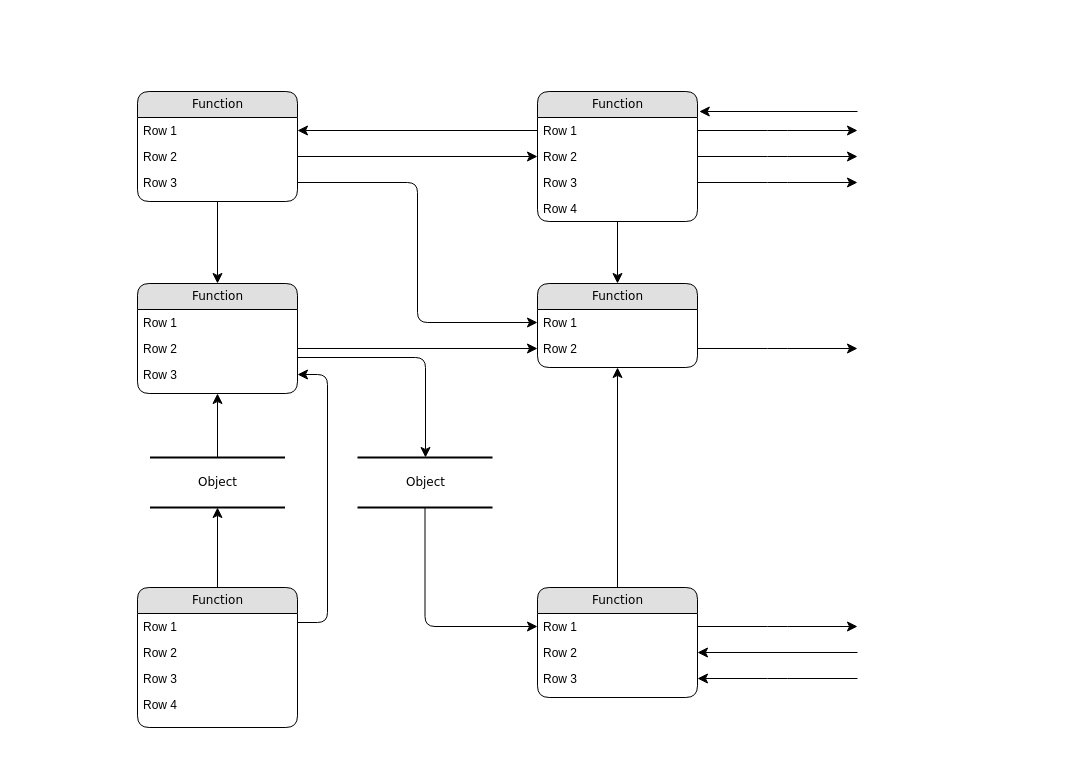
The draw.io diagram 未命名绘图.drawio in Elaina-rascal/drawing, before the edit. Source tidied: cells renumbered, new cells numbered last; positions are measured from the earlier drawing's top-left corner, leaving out a move shared by most shapes. Both pictures are drawn from the tidied source at 100%, with x=0, y=0 at pixel (137, 91).
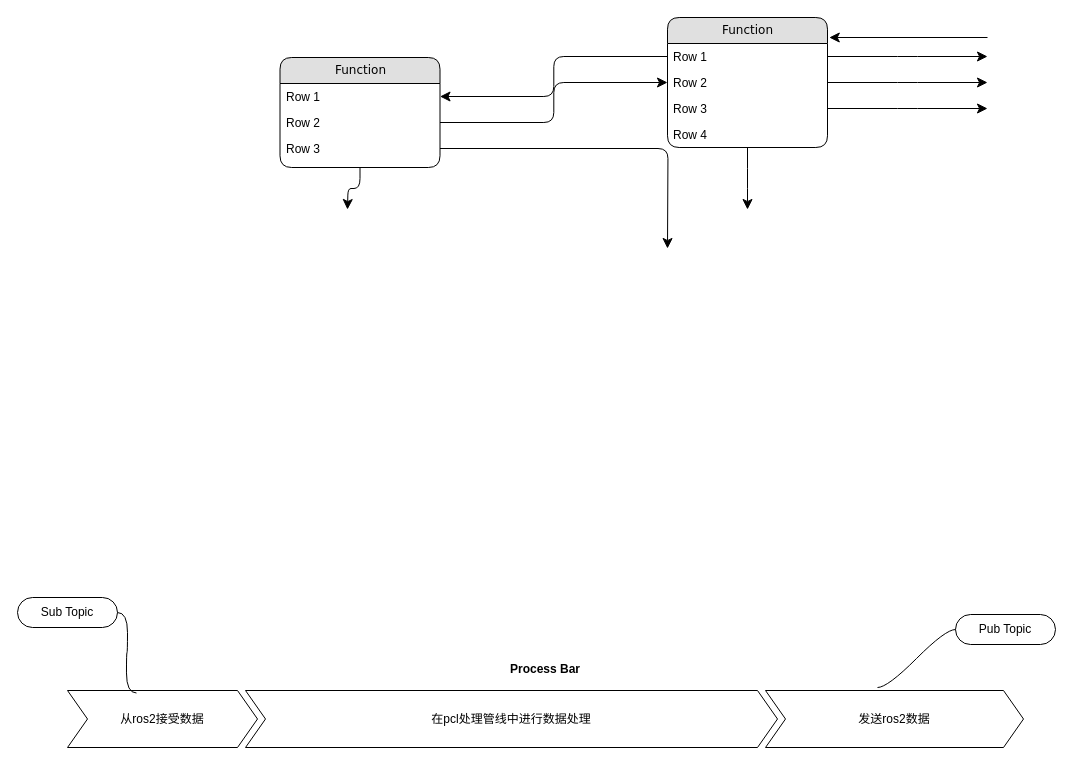
Above is the later version.

Commit message:
更新未命名绘图.drawio

The change refers to these unchanged cells:
```xml
<mxCell id="6" value="Row 3" style="text;html=1;strokeColor=none;fillColor=none;spacingLeft=4;spacingRight=4;whiteSpace=wrap;overflow=hidden;points=[[0,0.5],[1,0.5]];portConstraint=eastwest;" parent="3" vertex="1">
  <mxGeometry y="78" width="160" height="26" as="geometry" />
</mxCell>
<mxCell id="8" value="Row 1" style="text;html=1;strokeColor=none;fillColor=none;spacingLeft=4;spacingRight=4;whiteSpace=wrap;overflow=hidden;points=[[0,0.5],[1,0.5]];portConstraint=eastwest;" parent="7" vertex="1">
  <mxGeometry y="26" width="160" height="26" as="geometry" />
</mxCell>
<mxCell id="9" value="Row 2" style="text;html=1;strokeColor=none;fillColor=none;spacingLeft=4;spacingRight=4;whiteSpace=wrap;overflow=hidden;points=[[0,0.5],[1,0.5]];portConstraint=eastwest;" parent="7" vertex="1">
  <mxGeometry y="52" width="160" height="26" as="geometry" />
</mxCell>
<mxCell id="10" value="Row 3" style="text;html=1;strokeColor=none;fillColor=none;spacingLeft=4;spacingRight=4;whiteSpace=wrap;overflow=hidden;points=[[0,0.5],[1,0.5]];portConstraint=eastwest;" parent="7" vertex="1">
  <mxGeometry y="78" width="160" height="26" as="geometry" />
</mxCell>
```

What changed in the source:
```diff
@@
-    <mxCell id="2" value="Object" style="html=1;rounded=0;shadow=0;comic=0;labelBackgroundColor=none;strokeWidth=2;fontFamily=Verdana;fontSize=12;align=center;shape=mxgraph.ios7ui.horLines;" parent="1" vertex="1">
-      <mxGeometry x="12.5" y="366" width="135" height="50" as="geometry" />
-    </mxCell>
     <mxCell id="3" value="Function" style="swimlane;html=1;fontStyle=0;horizontal=1;startSize=26;fillColor=#e0e0e0;swimlaneFillColor=#ffffff;align=center;rounded=1;shadow=0;comic=0;labelBackgroundColor=none;strokeWidth=1;fontFamily=Verdana;fontSize=12;" parent="1" vertex="1">
-      <mxGeometry width="160" height="110" as="geometry" />
+      <mxGeometry x="142.5" y="-34" width="160" height="110" as="geometry" />
     </mxCell>
@@
     <mxCell id="7" value="Function" style="swimlane;html=1;fontStyle=0;horizontal=1;startSize=26;fillColor=#e0e0e0;swimlaneFillColor=#ffffff;align=center;rounded=1;shadow=0;comic=0;labelBackgroundColor=none;strokeWidth=1;fontFamily=Verdana;fontSize=12;" parent="1" vertex="1">
-      <mxGeometry x="400" width="160" height="130" as="geometry" />
+      <mxGeometry x="530" y="-74" width="160" height="130" as="geometry" />
     </mxCell>
@@
-    <mxCell id="12" value="Function" style="swimlane;html=1;fontStyle=0;horizontal=1;startSize=26;fillColor=#e0e0e0;swimlaneFillColor=#ffffff;align=center;rounded=1;shadow=0;comic=0;labelBackgroundColor=none;strokeWidth=1;fontFamily=Verdana;fontSize=12;" parent="1" vertex="1">
-      <mxGeometry y="192" width="160" height="110" as="geometry" />
-    </mxCell>
-    <mxCell id="13" value="Row 1" style="text;html=1;strokeColor=none;fillColor=none;spacingLeft=4;spacingRight=4;whiteSpace=wrap;overflow=hidden;" parent="12" vertex="1">
-      <mxGeometry y="26" width="160" height="26" as="geometry" />
-    </mxCell>
-    <mxCell id="14" value="Row 2" style="text;html=1;strokeColor=none;fillColor=none;spacingLeft=4;spacingRight=4;whiteSpace=wrap;overflow=hidden;points=[[0,0.5],[1,0.5]];portConstraint=eastwest;" parent="12" vertex="1">
-      <mxGeometry y="52" width="160" height="26" as="geometry" />
-    </mxCell>
-    <mxCell id="15" value="Row 3" style="text;html=1;strokeColor=none;fillColor=none;spacingLeft=4;spacingRight=4;whiteSpace=wrap;overflow=hidden;points=[[0,0.5],[1,0.5]];portConstraint=eastwest;" parent="12" vertex="1">
-      <mxGeometry y="78" width="160" height="26" as="geometry" />
-    </mxCell>
-    <mxCell id="16" value="Function" style="swimlane;html=1;fontStyle=0;horizontal=1;startSize=26;fillColor=#e0e0e0;swimlaneFillColor=#ffffff;align=center;rounded=1;shadow=0;comic=0;labelBackgroundColor=none;strokeWidth=1;fontFamily=Verdana;fontSize=12;" parent="1" vertex="1">
-      <mxGeometry y="496" width="160" height="140" as="geometry" />
-    </mxCell>
-    <mxCell id="17" value="Row 1" style="text;html=1;strokeColor=none;fillColor=none;spacingLeft=4;spacingRight=4;whiteSpace=wrap;overflow=hidden;" parent="16" vertex="1">
-      <mxGeometry y="26" width="160" height="26" as="geometry" />
-    </mxCell>
-    <mxCell id="18" value="Row 2" style="text;html=1;strokeColor=none;fillColor=none;spacingLeft=4;spacingRight=4;whiteSpace=wrap;overflow=hidden;" parent="16" vertex="1">
-      <mxGeometry y="52" width="160" height="26" as="geometry" />
-    </mxCell>
-    <mxCell id="19" value="Row 3" style="text;html=1;strokeColor=none;fillColor=none;spacingLeft=4;spacingRight=4;whiteSpace=wrap;overflow=hidden;" parent="16" vertex="1">
-      <mxGeometry y="78" width="160" height="26" as="geometry" />
-    </mxCell>
-    <mxCell id="20" value="Row 4" style="text;html=1;strokeColor=none;fillColor=none;spacingLeft=4;spacingRight=4;whiteSpace=wrap;overflow=hidden;" parent="16" vertex="1">
-      <mxGeometry y="104" width="160" height="26" as="geometry" />
-    </mxCell>
-    <mxCell id="21" value="Function" style="swimlane;html=1;fontStyle=0;horizontal=1;startSize=26;fillColor=#e0e0e0;swimlaneFillColor=#ffffff;align=center;rounded=1;shadow=0;comic=0;labelBackgroundColor=none;strokeWidth=1;fontFamily=Verdana;fontSize=12;" parent="1" vertex="1">
-      <mxGeometry x="400" y="192" width="160" height="84" as="geometry" />
-    </mxCell>
-    <mxCell id="22" value="Row 1" style="text;html=1;strokeColor=none;fillColor=none;spacingLeft=4;spacingRight=4;whiteSpace=wrap;overflow=hidden;points=[[0,0.5],[1,0.5]];portConstraint=eastwest;" parent="21" vertex="1">
-      <mxGeometry y="26" width="160" height="26" as="geometry" />
-    </mxCell>
-    <mxCell id="23" value="Row 2" style="text;html=1;strokeColor=none;fillColor=none;spacingLeft=4;spacingRight=4;whiteSpace=wrap;overflow=hidden;points=[[0,0.5],[1,0.5]];portConstraint=eastwest;" parent="21" vertex="1">
-      <mxGeometry y="52" width="160" height="26" as="geometry" />
-    </mxCell>
-    <mxCell id="24" value="Function" style="swimlane;html=1;fontStyle=0;horizontal=1;startSize=26;fillColor=#e0e0e0;swimlaneFillColor=#ffffff;align=center;rounded=1;shadow=0;comic=0;labelBackgroundColor=none;strokeWidth=1;fontFamily=Verdana;fontSize=12;" parent="1" vertex="1">
-      <mxGeometry x="400" y="496" width="160" height="110" as="geometry" />
-    </mxCell>
-    <mxCell id="25" value="Row 1" style="text;html=1;strokeColor=none;fillColor=none;spacingLeft=4;spacingRight=4;whiteSpace=wrap;overflow=hidden;points=[[0,0.5],[1,0.5]];portConstraint=eastwest;" parent="24" vertex="1">
-      <mxGeometry y="26" width="160" height="26" as="geometry" />
-    </mxCell>
-    <mxCell id="26" value="Row 2" style="text;html=1;strokeColor=none;fillColor=none;spacingLeft=4;spacingRight=4;whiteSpace=wrap;overflow=hidden;points=[[0,0.5],[1,0.5]];portConstraint=eastwest;" parent="24" vertex="1">
-      <mxGeometry y="52" width="160" height="26" as="geometry" />
-    </mxCell>
-    <mxCell id="27" value="Row 3" style="text;html=1;strokeColor=none;fillColor=none;spacingLeft=4;spacingRight=4;whiteSpace=wrap;overflow=hidden;points=[[0,0.5],[1,0.5]];portConstraint=eastwest;" parent="24" vertex="1">
-      <mxGeometry y="78" width="160" height="26" as="geometry" />
-    </mxCell>
-    <mxCell id="28" value="Object" style="html=1;rounded=0;shadow=0;comic=0;labelBackgroundColor=none;strokeWidth=2;fontFamily=Verdana;fontSize=12;align=center;shape=mxgraph.ios7ui.horLines;" parent="1" vertex="1">
-      <mxGeometry x="220" y="366" width="135" height="50" as="geometry" />
-    </mxCell>
-    <mxCell id="29" style="edgeStyle=none;html=1;labelBackgroundColor=none;startFill=0;startSize=8;endFill=1;endSize=8;fontFamily=Verdana;fontSize=12;" parent="1" edge="1" source="16" target="2">
-      <mxGeometry relative="1" as="geometry" />
-    </mxCell>
-    <mxCell id="30" style="edgeStyle=none;html=1;labelBackgroundColor=none;startFill=0;startSize=8;endFill=1;endSize=8;fontFamily=Verdana;fontSize=12;" parent="1" edge="1" source="2" target="12">
-      <mxGeometry relative="1" as="geometry" />
-    </mxCell>
-    <mxCell id="31" style="edgeStyle=orthogonalEdgeStyle;html=1;labelBackgroundColor=none;startFill=0;startSize=8;endFill=1;endSize=8;fontFamily=Verdana;fontSize=12;exitX=1;exitY=0.25;entryX=1;entryY=0.5;" parent="1" edge="1" source="16" target="15">
-      <mxGeometry relative="1" as="geometry">
-        <Array as="points">
-          <mxPoint x="190" y="531" />
-          <mxPoint x="190" y="283" />
-        </Array>
-      </mxGeometry>
-    </mxCell>
-    <mxCell id="32" style="edgeStyle=orthogonalEdgeStyle;html=1;labelBackgroundColor=none;startFill=0;startSize=8;endFill=1;endSize=8;fontFamily=Verdana;fontSize=12;" parent="1" edge="1" source="28" target="25">
-      <mxGeometry x="-0.13" y="32" relative="1" as="geometry" />
-    </mxCell>
-    <mxCell id="33" style="edgeStyle=orthogonalEdgeStyle;html=1;labelBackgroundColor=none;startFill=0;startSize=8;endFill=1;endSize=8;fontFamily=Verdana;fontSize=12;" parent="1" edge="1" source="12" target="28">
-      <mxGeometry relative="1" as="geometry">
-        <Array as="points">
-          <mxPoint x="288" y="266" />
-        </Array>
-      </mxGeometry>
-    </mxCell>
-    <mxCell id="34" style="edgeStyle=orthogonalEdgeStyle;html=1;labelBackgroundColor=none;startFill=0;startSize=8;endFill=1;endSize=8;fontFamily=Verdana;fontSize=12;" parent="1" edge="1" source="3" target="12">
-      <mxGeometry relative="1" as="geometry" />
+    <mxCell id="34" style="edgeStyle=orthogonalEdgeStyle;html=1;labelBackgroundColor=none;startFill=0;startSize=8;endFill=1;endSize=8;fontFamily=Verdana;fontSize=12;" parent="1" edge="1" source="3">
+      <mxGeometry relative="1" as="geometry">
+        <mxPoint x="210" y="118" as="targetPoint" />
+      </mxGeometry>
     </mxCell>
-    <mxCell id="35" style="edgeStyle=orthogonalEdgeStyle;html=1;labelBackgroundColor=none;startFill=0;startSize=8;endFill=1;endSize=8;fontFamily=Verdana;fontSize=12;" parent="1" edge="1" source="24" target="21">
-      <mxGeometry relative="1" as="geometry" />
-    </mxCell>
-    <mxCell id="36" style="edgeStyle=orthogonalEdgeStyle;html=1;labelBackgroundColor=none;startFill=0;startSize=8;endFill=1;endSize=8;fontFamily=Verdana;fontSize=12;" parent="1" edge="1" source="7" target="21">
-      <mxGeometry relative="1" as="geometry" />
+    <mxCell id="36" style="edgeStyle=orthogonalEdgeStyle;html=1;labelBackgroundColor=none;startFill=0;startSize=8;endFill=1;endSize=8;fontFamily=Verdana;fontSize=12;" parent="1" edge="1" source="7">
+      <mxGeometry relative="1" as="geometry">
+        <mxPoint x="610" y="118" as="targetPoint" />
+      </mxGeometry>
     </mxCell>
@@
-    <mxCell id="39" style="edgeStyle=orthogonalEdgeStyle;html=1;exitX=1;exitY=0.5;entryX=0;entryY=0.5;labelBackgroundColor=none;startFill=0;startSize=8;endFill=1;endSize=8;fontFamily=Verdana;fontSize=12;" parent="1" edge="1" source="6" target="22">
-      <mxGeometry relative="1" as="geometry" />
+    <mxCell id="39" style="edgeStyle=orthogonalEdgeStyle;html=1;exitX=1;exitY=0.5;entryX=0;entryY=0.5;labelBackgroundColor=none;startFill=0;startSize=8;endFill=1;endSize=8;fontFamily=Verdana;fontSize=12;" parent="1" edge="1" source="6">
+      <mxGeometry relative="1" as="geometry">
+        <mxPoint x="530" y="157" as="targetPoint" />
+      </mxGeometry>
     </mxCell>
-    <mxCell id="40" style="edgeStyle=orthogonalEdgeStyle;html=1;exitX=1;exitY=0.5;entryX=0;entryY=0.5;labelBackgroundColor=none;startFill=0;startSize=8;endFill=1;endSize=8;fontFamily=Verdana;fontSize=12;" parent="1" edge="1" source="14" target="23">
-      <mxGeometry relative="1" as="geometry" />
-    </mxCell>
-    <mxCell id="41" style="edgeStyle=orthogonalEdgeStyle;html=1;labelBackgroundColor=none;startFill=0;startSize=8;endFill=1;endSize=8;fontFamily=Verdana;fontSize=12;" parent="1" edge="1" source="23">
-      <mxGeometry relative="1" as="geometry">
-        <mxPoint x="720" y="257" as="targetPoint" />
-      </mxGeometry>
-    </mxCell>
-    <mxCell id="42" style="edgeStyle=orthogonalEdgeStyle;html=1;exitX=1;exitY=0.5;labelBackgroundColor=none;startFill=0;startSize=8;endFill=1;endSize=8;fontFamily=Verdana;fontSize=12;" parent="1" edge="1" source="25">
-      <mxGeometry relative="1" as="geometry">
-        <mxPoint x="720" y="535" as="targetPoint" />
-      </mxGeometry>
-    </mxCell>
-    <mxCell id="43" style="edgeStyle=orthogonalEdgeStyle;html=1;labelBackgroundColor=none;startFill=0;startSize=8;endFill=1;endSize=8;fontFamily=Verdana;fontSize=12;entryX=1;entryY=0.5;" parent="1" edge="1" target="26">
-      <mxGeometry relative="1" as="geometry">
-        <mxPoint x="720" y="561" as="sourcePoint" />
-        <Array as="points">
-          <mxPoint x="720" y="561" />
-        </Array>
-      </mxGeometry>
-    </mxCell>
-    <mxCell id="44" style="edgeStyle=orthogonalEdgeStyle;html=1;labelBackgroundColor=none;startFill=0;startSize=8;endFill=1;endSize=8;fontFamily=Verdana;fontSize=12;entryX=1;entryY=0.5;" parent="1" edge="1" target="27">
-      <mxGeometry relative="1" as="geometry">
-        <mxPoint x="720" y="587" as="sourcePoint" />
-        <Array as="points">
-          <mxPoint x="640" y="587" />
-          <mxPoint x="640" y="587" />
-        </Array>
-      </mxGeometry>
-    </mxCell>
     <mxCell id="45" style="edgeStyle=orthogonalEdgeStyle;html=1;exitX=1;exitY=0.5;labelBackgroundColor=none;startFill=0;startSize=8;endFill=1;endSize=8;fontFamily=Verdana;fontSize=12;" parent="1" edge="1" source="8">
       <mxGeometry relative="1" as="geometry">
-        <mxPoint x="720" y="39" as="targetPoint" />
+        <mxPoint x="850" y="-35" as="targetPoint" />
       </mxGeometry>
     </mxCell>
     <mxCell id="46" style="edgeStyle=orthogonalEdgeStyle;html=1;exitX=1;exitY=0.5;labelBackgroundColor=none;startFill=0;startSize=8;endFill=1;endSize=8;fontFamily=Verdana;fontSize=12;" parent="1" edge="1" source="9">
       <mxGeometry relative="1" as="geometry">
-        <mxPoint x="720" y="65" as="targetPoint" />
+        <mxPoint x="850" y="-9" as="targetPoint" />
       </mxGeometry>
     </mxCell>
     <mxCell id="47" style="edgeStyle=orthogonalEdgeStyle;html=1;exitX=1;exitY=0.5;labelBackgroundColor=none;startFill=0;startSize=8;endFill=1;endSize=8;fontFamily=Verdana;fontSize=12;" parent="1" edge="1" source="10">
       <mxGeometry relative="1" as="geometry">
-        <mxPoint x="720" y="91" as="targetPoint" />
+        <mxPoint x="850" y="17" as="targetPoint" />
       </mxGeometry>
     </mxCell>
     <mxCell id="48" style="edgeStyle=elbowEdgeStyle;html=1;labelBackgroundColor=none;startFill=0;startSize=8;endFill=1;endSize=8;fontFamily=Verdana;fontSize=12;elbow=vertical;entryX=1.011;entryY=0.152;entryPerimeter=0;" parent="1" edge="1" target="7">
       <mxGeometry relative="1" as="geometry">
-        <mxPoint x="720" y="20" as="sourcePoint" />
+        <mxPoint x="850" y="-54" as="sourcePoint" />
         <Array as="points">
-          <mxPoint x="650" y="20" />
+          <mxPoint x="780" y="-54" />
         </Array>
       </mxGeometry>
     </mxCell>
+    <mxCell id="49" value="Process Bar" style="swimlane;horizontal=1;fillColor=none;strokeColor=none;stackBorder=10;align=center;whiteSpace=wrap;html=1;" parent="1" vertex="1">
+      <mxGeometry x="-80" y="566" width="976" height="100" as="geometry" />
+    </mxCell>
+    <mxCell id="50" value="从ros2接受数据" style="shape=step;perimeter=stepPerimeter;fixedSize=1;points=[];whiteSpace=wrap;html=1;" parent="49" vertex="1">
+      <mxGeometry x="10" y="33" width="190" height="57" as="geometry" />
+    </mxCell>
+    <mxCell id="51" value="在pcl处理管线中进行数据处理" style="shape=step;perimeter=stepPerimeter;fixedSize=1;whiteSpace=wrap;html=1;" parent="49" vertex="1">
+      <mxGeometry x="188" y="33" width="532" height="57" as="geometry" />
+    </mxCell>
+    <mxCell id="52" value="发送ros2数据" style="shape=step;perimeter=stepPerimeter;fixedSize=1;whiteSpace=wrap;html=1;" parent="49" vertex="1">
+      <mxGeometry x="708" y="33" width="258" height="57" as="geometry" />
+    </mxCell>
+    <mxCell id="53" value="Sub Topic" style="whiteSpace=wrap;html=1;rounded=1;arcSize=50;align=center;verticalAlign=middle;strokeWidth=1;spacing=4;newEdgeStyle={&quot;edgeStyle&quot;:&quot;entityRelationEdgeStyle&quot;,&quot;startArrow&quot;:&quot;none&quot;,&quot;endArrow&quot;:&quot;none&quot;,&quot;segment&quot;:10,&quot;curved&quot;:1,&quot;sourcePerimeterSpacing&quot;:0,&quot;targetPerimeterSpacing&quot;:0};" parent="1" vertex="1">
+      <mxGeometry x="-120" y="506" width="100" height="30" as="geometry" />
+    </mxCell>
+    <mxCell id="54" style="edgeStyle=entityRelationEdgeStyle;startArrow=none;endArrow=none;segment=10;curved=1;sourcePerimeterSpacing=0;targetPerimeterSpacing=0;rounded=0;exitX=0.363;exitY=0.044;exitDx=0;exitDy=0;exitPerimeter=0;" parent="1" edge="1" source="50" target="53">
+      <mxGeometry relative="1" as="geometry" />
+    </mxCell>
+    <mxCell id="55" value="Pub Topic" style="whiteSpace=wrap;html=1;rounded=1;arcSize=50;align=center;verticalAlign=middle;strokeWidth=1;spacing=4;newEdgeStyle={&quot;edgeStyle&quot;:&quot;entityRelationEdgeStyle&quot;,&quot;startArrow&quot;:&quot;none&quot;,&quot;endArrow&quot;:&quot;none&quot;,&quot;segment&quot;:10,&quot;curved&quot;:1,&quot;sourcePerimeterSpacing&quot;:0,&quot;targetPerimeterSpacing&quot;:0};" parent="1" vertex="1">
+      <mxGeometry x="818" y="523" width="100" height="30" as="geometry" />
+    </mxCell>
+    <mxCell id="56" style="edgeStyle=entityRelationEdgeStyle;startArrow=none;endArrow=none;segment=10;curved=1;sourcePerimeterSpacing=0;targetPerimeterSpacing=0;rounded=0;" parent="1" edge="1" target="55">
+      <mxGeometry relative="1" as="geometry">
+        <mxPoint x="740" y="596" as="sourcePoint" />
+      </mxGeometry>
+    </mxCell>
```
